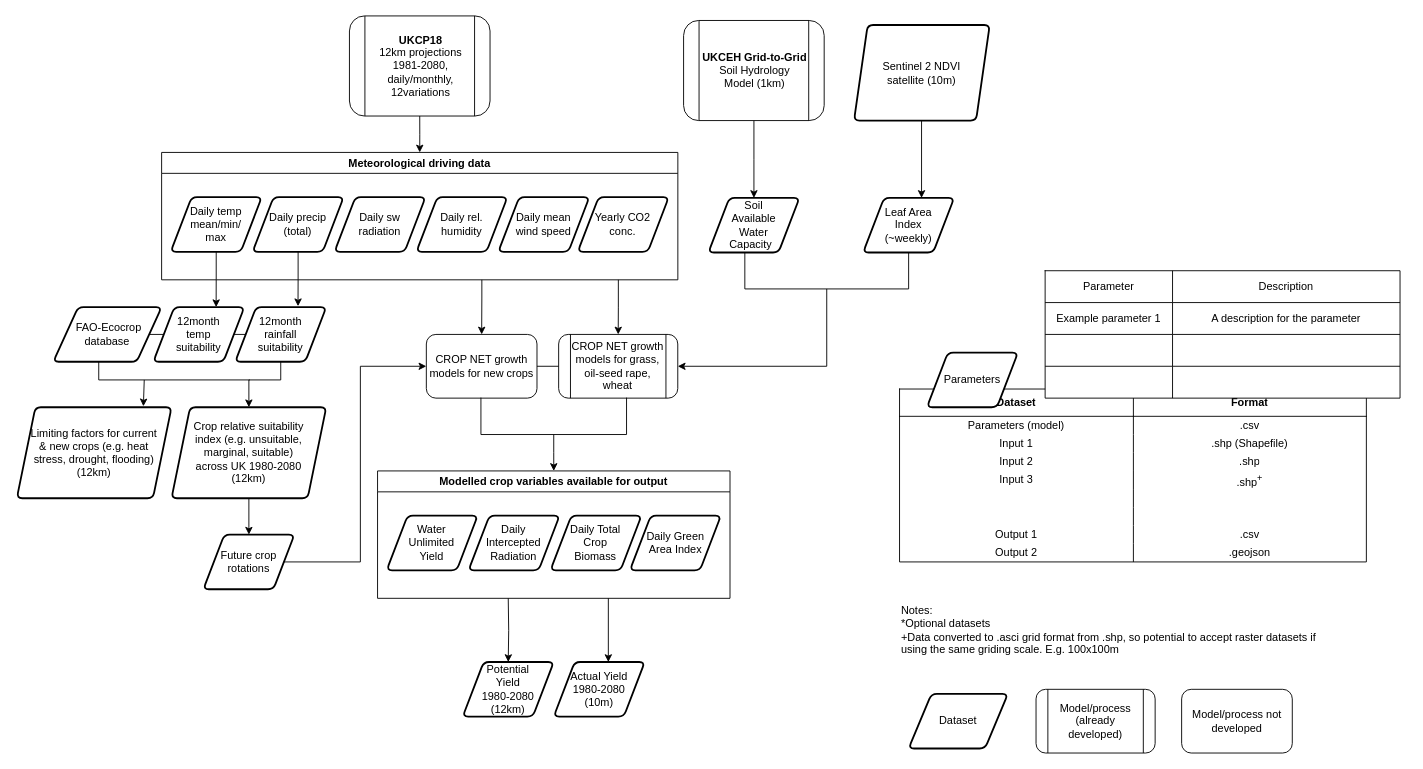
The draw.io diagram cropnet/cropnet.drawio in OpenCLIM/workflow-diagrams, before the edit. Source tidied: cells renumbered, new cells numbered last; positions are measured from the earlier drawing's top-left corner, leaving out a move shared by most shapes. Both pictures are drawn from the tidied source at 91%, with x=0, y=0 at pixel (16, 15).
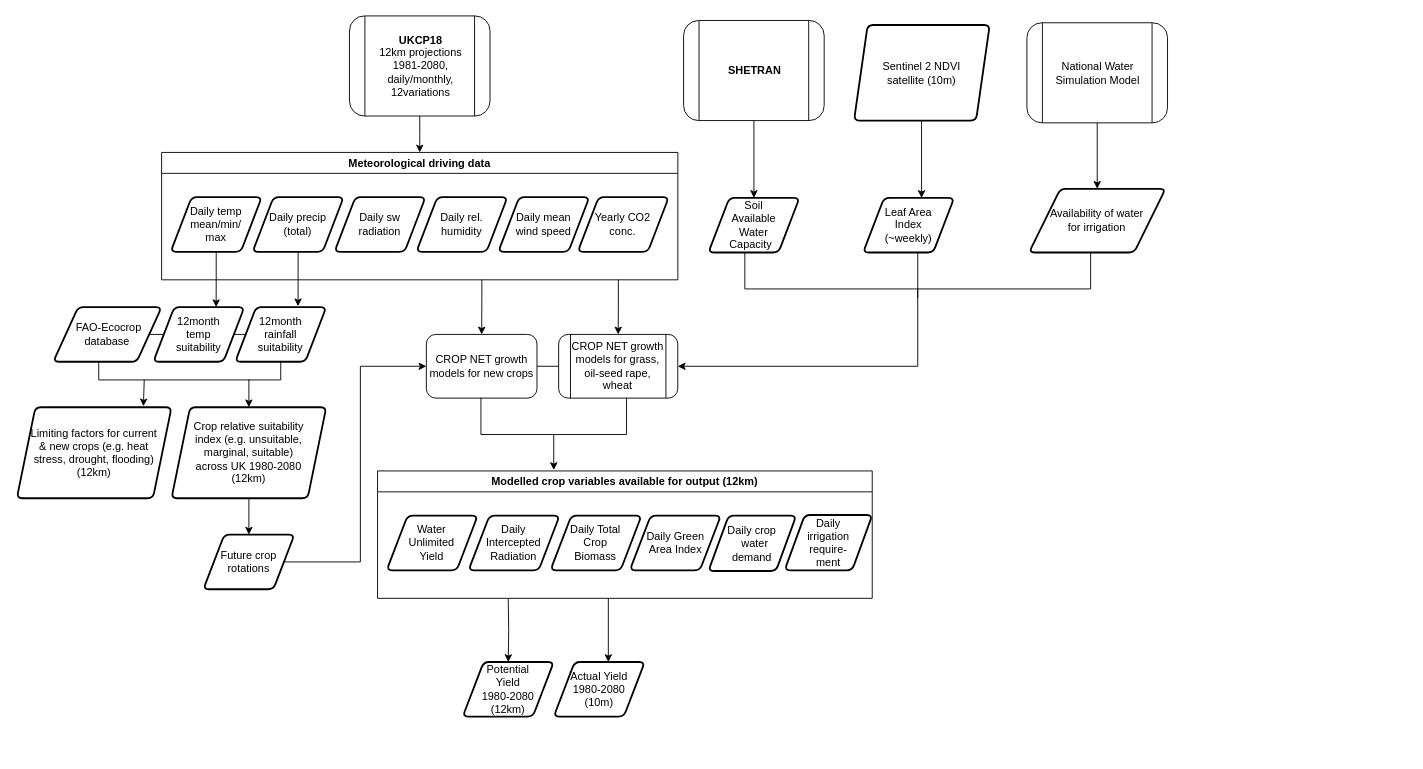
Above is the later version.

Unchanged cells that the change refers to:
```xml
<mxCell id="78" style="shape=partialRectangle;whiteSpace=wrap;html=1;bottom=1;right=1;left=1;top=0;fillColor=none;routingCenterX=-0.5;" parent="1" vertex="1">
  <mxGeometry x="510" y="420" width="160" height="40" as="geometry" />
</mxCell>
```

What changed in the source:
```diff
@@
-    <mxCell id="10" style="shape=table;html=1;whiteSpace=wrap;startSize=0;childLayout=tableLayout;spacingTop=0;rowLines=0;" parent="1" vertex="1">
-      <mxGeometry x="970" y="410" width="513" height="190" as="geometry" />
-    </mxCell>
-    <mxCell id="11" style="shape=partialRectangle;html=1;whiteSpace=wrap;fillColor=none;top=0;left=0;bottom=0;right=0;perimeterSpacing=2;strokeWidth=5;" parent="10" vertex="1">
-      <mxGeometry width="513" height="30" as="geometry" />
-    </mxCell>
-    <mxCell id="12" value="&lt;b&gt;Dataset&lt;/b&gt;" style="shape=partialRectangle;html=1;whiteSpace=wrap;fillColor=none;top=0;left=0;bottom=1;right=0;overflow=hidden;" parent="11" vertex="1">
-      <mxGeometry width="257" height="30" as="geometry" />
-    </mxCell>
-    <mxCell id="13" value="&lt;b&gt;Format&lt;/b&gt;" style="shape=partialRectangle;html=1;whiteSpace=wrap;fillColor=none;top=0;left=0;bottom=1;right=0;overflow=hidden;sketch=0;" parent="11" vertex="1">
-      <mxGeometry x="257" width="256" height="30" as="geometry" />
-    </mxCell>
-    <mxCell id="14" style="shape=partialRectangle;html=1;whiteSpace=wrap;fillColor=none;top=0;left=0;bottom=0;right=0;strokeColor=none;" parent="10" vertex="1">
-      <mxGeometry y="30" width="513" height="20" as="geometry" />
-    </mxCell>
-    <mxCell id="15" value="Parameters (model)" style="shape=partialRectangle;html=1;whiteSpace=wrap;fillColor=none;top=0;left=0;bottom=0;right=0;overflow=hidden;strokeColor=none;" parent="14" vertex="1">
-      <mxGeometry width="257" height="20" as="geometry" />
-    </mxCell>
-    <mxCell id="16" value=".csv" style="shape=partialRectangle;html=1;whiteSpace=wrap;fillColor=none;top=0;left=0;bottom=0;right=0;overflow=hidden;strokeColor=none;" parent="14" vertex="1">
-      <mxGeometry x="257" width="256" height="20" as="geometry" />
-    </mxCell>
-    <mxCell id="17" style="shape=partialRectangle;html=1;whiteSpace=wrap;fillColor=none;top=0;left=0;bottom=0;right=0;strokeColor=none;" parent="10" vertex="1">
-      <mxGeometry y="50" width="513" height="20" as="geometry" />
-    </mxCell>
-    <mxCell id="18" value="Input 1" style="shape=partialRectangle;html=1;whiteSpace=wrap;fillColor=none;top=0;left=0;bottom=0;right=0;overflow=hidden;strokeColor=none;" parent="17" vertex="1">
-      <mxGeometry width="257" height="20" as="geometry" />
-    </mxCell>
-    <mxCell id="19" value=".shp (Shapefile)" style="shape=partialRectangle;html=1;whiteSpace=wrap;fillColor=none;top=0;left=0;bottom=0;right=0;overflow=hidden;strokeColor=none;" parent="17" vertex="1">
-      <mxGeometry x="257" width="256" height="20" as="geometry" />
-    </mxCell>
-    <mxCell id="20" style="shape=partialRectangle;html=1;whiteSpace=wrap;fillColor=none;top=0;left=0;bottom=0;right=0;strokeColor=none;" parent="10" vertex="1">
-      <mxGeometry y="70" width="513" height="20" as="geometry" />
-    </mxCell>
-    <mxCell id="21" value="Input 2" style="shape=partialRectangle;html=1;whiteSpace=wrap;fillColor=none;top=0;left=0;bottom=0;right=0;overflow=hidden;strokeColor=none;" parent="20" vertex="1">
-      <mxGeometry width="257" height="20" as="geometry" />
-    </mxCell>
-    <mxCell id="22" value=".shp" style="shape=partialRectangle;html=1;whiteSpace=wrap;fillColor=none;top=0;left=0;bottom=0;right=0;overflow=hidden;strokeColor=none;" parent="20" vertex="1">
-      <mxGeometry x="257" width="256" height="20" as="geometry" />
-    </mxCell>
-    <mxCell id="23" style="shape=partialRectangle;html=1;whiteSpace=wrap;fillColor=none;top=0;left=0;bottom=0;right=0;strokeColor=none;" parent="10" vertex="1">
-      <mxGeometry y="90" width="513" height="20" as="geometry" />
-    </mxCell>
-    <mxCell id="24" value="Input 3" style="shape=partialRectangle;html=1;whiteSpace=wrap;fillColor=none;top=0;left=0;bottom=0;right=0;overflow=hidden;strokeColor=none;" parent="23" vertex="1">
-      <mxGeometry width="257" height="20" as="geometry" />
-    </mxCell>
-    <mxCell id="25" value=".shp&lt;sup&gt;+&lt;/sup&gt;" style="shape=partialRectangle;html=1;whiteSpace=wrap;fillColor=none;top=0;left=0;bottom=0;right=0;overflow=hidden;strokeColor=none;" parent="23" vertex="1">
-      <mxGeometry x="257" width="256" height="20" as="geometry" />
-    </mxCell>
-    <mxCell id="26" style="shape=partialRectangle;html=1;whiteSpace=wrap;fillColor=none;top=0;left=0;bottom=0;right=0;strokeColor=none;" parent="10" vertex="1">
-      <mxGeometry y="110" width="513" height="20" as="geometry" />
-    </mxCell>
-    <mxCell id="27" style="shape=partialRectangle;html=1;whiteSpace=wrap;fillColor=none;top=0;left=0;bottom=0;right=0;overflow=hidden;strokeColor=none;" parent="26" vertex="1">
-      <mxGeometry width="257" height="20" as="geometry" />
-    </mxCell>
-    <mxCell id="28" style="shape=partialRectangle;html=1;whiteSpace=wrap;fillColor=none;top=0;left=0;bottom=0;right=0;overflow=hidden;strokeColor=none;" parent="26" vertex="1">
-      <mxGeometry x="257" width="256" height="20" as="geometry" />
-    </mxCell>
-    <mxCell id="29" style="shape=partialRectangle;html=1;whiteSpace=wrap;fillColor=none;top=0;left=0;bottom=0;right=0;strokeColor=none;" parent="10" vertex="1">
-      <mxGeometry y="130" width="513" height="20" as="geometry" />
-    </mxCell>
-    <mxCell id="30" style="shape=partialRectangle;html=1;whiteSpace=wrap;fillColor=none;top=0;left=0;bottom=0;right=0;overflow=hidden;strokeColor=none;" parent="29" vertex="1">
-      <mxGeometry width="257" height="20" as="geometry" />
-    </mxCell>
-    <mxCell id="31" style="shape=partialRectangle;html=1;whiteSpace=wrap;fillColor=none;top=0;left=0;bottom=0;right=0;overflow=hidden;strokeColor=none;" parent="29" vertex="1">
-      <mxGeometry x="257" width="256" height="20" as="geometry" />
-    </mxCell>
-    <mxCell id="32" style="shape=partialRectangle;html=1;whiteSpace=wrap;fillColor=none;top=0;left=0;bottom=0;right=0;strokeColor=none;" parent="10" vertex="1">
-      <mxGeometry y="150" width="513" height="20" as="geometry" />
-    </mxCell>
-    <mxCell id="33" value="Output 1" style="shape=partialRectangle;html=1;whiteSpace=wrap;fillColor=none;top=0;left=0;bottom=0;right=0;overflow=hidden;strokeColor=none;" parent="32" vertex="1">
-      <mxGeometry width="257" height="20" as="geometry" />
-    </mxCell>
-    <mxCell id="34" value=".csv" style="shape=partialRectangle;html=1;whiteSpace=wrap;fillColor=none;top=0;left=0;bottom=0;right=0;overflow=hidden;strokeColor=none;" parent="32" vertex="1">
-      <mxGeometry x="257" width="256" height="20" as="geometry" />
-    </mxCell>
-    <mxCell id="35" style="shape=partialRectangle;html=1;whiteSpace=wrap;fillColor=none;top=0;left=0;bottom=0;right=0;strokeColor=none;" parent="10" vertex="1">
-      <mxGeometry y="170" width="513" height="20" as="geometry" />
-    </mxCell>
-    <mxCell id="36" value="Output 2" style="shape=partialRectangle;html=1;whiteSpace=wrap;fillColor=none;top=0;left=0;bottom=0;right=0;overflow=hidden;strokeColor=none;" parent="35" vertex="1">
-      <mxGeometry width="257" height="20" as="geometry" />
-    </mxCell>
-    <mxCell id="37" value=".geojson" style="shape=partialRectangle;html=1;whiteSpace=wrap;fillColor=none;top=0;left=0;bottom=0;right=0;overflow=hidden;strokeColor=none;" parent="35" vertex="1">
-      <mxGeometry x="257" width="256" height="20" as="geometry" />
-    </mxCell>
-    <mxCell id="38" value="Notes:&lt;br&gt;*Optional datasets&lt;br&gt;+Data converted to .asci grid format from .shp, so potential to accept raster datasets if using the same griding scale. E.g. 100x100m" style="text;html=1;strokeColor=none;fillColor=none;align=left;verticalAlign=top;whiteSpace=wrap;rounded=0;" parent="1" vertex="1">
-      <mxGeometry x="970" y="640" width="460" height="100" as="geometry" />
-    </mxCell>
-    <mxCell id="39" value="Parameters" style="shape=parallelogram;html=1;strokeWidth=2;perimeter=parallelogramPerimeter;whiteSpace=wrap;rounded=1;arcSize=12;size=0.23;" parent="1" vertex="1">
-      <mxGeometry x="1000.1" y="370" width="100" height="60" as="geometry" />
-    </mxCell>
-    <mxCell id="40" style="shape=table;html=1;whiteSpace=wrap;startSize=0;childLayout=tableLayout;" parent="1" vertex="1">
-      <mxGeometry x="1130" y="280" width="390" height="140" as="geometry" />
-    </mxCell>
-    <mxCell id="41" style="shape=partialRectangle;html=1;whiteSpace=wrap;fillColor=none;top=0;left=0;bottom=0;right=0;" parent="40" vertex="1">
-      <mxGeometry width="390" height="35" as="geometry" />
-    </mxCell>
-    <mxCell id="42" value="Parameter" style="shape=partialRectangle;html=1;whiteSpace=wrap;overflow=hidden;fillColor=none;top=0;left=0;bottom=0;right=0;" parent="41" vertex="1">
-      <mxGeometry width="140" height="35" as="geometry" />
-    </mxCell>
-    <mxCell id="43" value="Description" style="shape=partialRectangle;html=1;whiteSpace=wrap;overflow=hidden;fillColor=none;top=0;left=0;bottom=0;right=0;" parent="41" vertex="1">
-      <mxGeometry x="140" width="250" height="35" as="geometry" />
-    </mxCell>
-    <mxCell id="44" style="shape=partialRectangle;html=1;whiteSpace=wrap;fillColor=none;top=0;left=0;bottom=0;right=0;points=[[0,0.5],[1,0.5]];portConstraint=eastwest;" parent="40" vertex="1">
-      <mxGeometry y="35" width="390" height="35" as="geometry" />
-    </mxCell>
-    <mxCell id="45" value="Example parameter 1" style="shape=partialRectangle;html=1;whiteSpace=wrap;overflow=hidden;fillColor=none;top=0;left=0;bottom=0;right=0;" parent="44" vertex="1">
-      <mxGeometry width="140" height="35" as="geometry" />
-    </mxCell>
-    <mxCell id="46" value="A description for the parameter" style="shape=partialRectangle;html=1;whiteSpace=wrap;overflow=hidden;fillColor=none;top=0;left=0;bottom=0;right=0;" parent="44" vertex="1">
-      <mxGeometry x="140" width="250" height="35" as="geometry" />
-    </mxCell>
-    <mxCell id="47" style="shape=partialRectangle;html=1;whiteSpace=wrap;fillColor=none;top=0;left=0;bottom=0;right=0;" parent="40" vertex="1">
-      <mxGeometry y="70" width="390" height="35" as="geometry" />
-    </mxCell>
-    <mxCell id="48" style="shape=partialRectangle;html=1;whiteSpace=wrap;overflow=hidden;fillColor=none;top=0;left=0;bottom=0;right=0;" parent="47" vertex="1">
-      <mxGeometry width="140" height="35" as="geometry" />
-    </mxCell>
-    <mxCell id="49" style="shape=partialRectangle;html=1;whiteSpace=wrap;overflow=hidden;fillColor=none;top=0;left=0;bottom=0;right=0;" parent="47" vertex="1">
-      <mxGeometry x="140" width="250" height="35" as="geometry" />
-    </mxCell>
-    <mxCell id="50" style="shape=partialRectangle;html=1;whiteSpace=wrap;fillColor=none;top=0;left=0;bottom=0;right=0;" parent="40" vertex="1">
-      <mxGeometry y="105" width="390" height="35" as="geometry" />
-    </mxCell>
-    <mxCell id="51" style="shape=partialRectangle;html=1;whiteSpace=wrap;overflow=hidden;fillColor=none;top=0;left=0;bottom=0;right=0;" parent="50" vertex="1">
-      <mxGeometry width="140" height="35" as="geometry" />
-    </mxCell>
-    <mxCell id="52" style="shape=partialRectangle;html=1;whiteSpace=wrap;overflow=hidden;fillColor=none;top=0;left=0;bottom=0;right=0;" parent="50" vertex="1">
-      <mxGeometry x="140" width="250" height="35" as="geometry" />
-    </mxCell>
-    <mxCell id="53" style="edgeStyle=orthogonalEdgeStyle;rounded=0;orthogonalLoop=1;jettySize=auto;html=1;exitX=1;exitY=0.5;exitDx=0;exitDy=0;" parent="40" edge="1" source="44" target="44">
-      <mxGeometry relative="1" as="geometry" />
-    </mxCell>
@@
-    <mxCell id="55" value="Dataset" style="shape=parallelogram;html=1;strokeWidth=2;perimeter=parallelogramPerimeter;whiteSpace=wrap;rounded=1;arcSize=12;size=0.23;" parent="1" vertex="1">
-      <mxGeometry x="980" y="745" width="109.1" height="60" as="geometry" />
-    </mxCell>
-    <mxCell id="56" value="Model/process (already developed)" style="shape=process;whiteSpace=wrap;html=1;backgroundOutline=1;shadow=0;fontFamily=Helvetica;fontSize=12;fontColor=#000000;align=center;strokeColor=#000000;strokeWidth=1;fillColor=#ffffff;rounded=1;" parent="1" vertex="1">
-      <mxGeometry x="1120" y="740" width="130.9" height="70" as="geometry" />
-    </mxCell>
-    <mxCell id="57" value="Model/process not developed" style="rounded=1;whiteSpace=wrap;html=1;fontSize=12;glass=0;strokeWidth=1;shadow=0;" parent="1" vertex="1">
-      <mxGeometry x="1280" y="740" width="121.6" height="70" as="geometry" />
-    </mxCell>
@@
-    <mxCell id="77" style="edgeStyle=orthogonalEdgeStyle;rounded=0;jettySize=auto;html=1;exitX=0.5;exitY=1;exitDx=0;exitDy=0;entryX=0.5;entryY=0;entryDx=0;entryDy=0;" parent="1" edge="1" source="78" target="80">
-      <mxGeometry relative="1" as="geometry" />
-    </mxCell>
+    <mxCell id="97" style="edgeStyle=orthogonalEdgeStyle;rounded=0;jettySize=auto;html=1;exitX=0.5;exitY=1;exitDx=0;exitDy=0;" parent="1" edge="1" source="78">
+      <mxGeometry relative="1" as="geometry">
+        <mxPoint x="590" y="499" as="targetPoint" />
+      </mxGeometry>
+    </mxCell>
@@
-    <mxCell id="80" value="Modelled crop variables available for output" style="swimlane;" parent="1" vertex="1">
-      <mxGeometry x="396.4" y="500" width="387.3" height="140" as="geometry" />
+    <mxCell id="80" value="Modelled crop variables available for output (12km)" style="swimlane;" parent="1" vertex="1">
+      <mxGeometry x="396.4" y="500" width="543.6" height="140" as="geometry" />
     </mxCell>
@@
-    <mxCell id="84" value="&lt;div&gt;Daily Green&lt;/div&gt;&lt;div&gt;Area Index&lt;br&gt;&lt;/div&gt;" style="shape=parallelogram;html=1;strokeWidth=2;perimeter=parallelogramPerimeter;whiteSpace=wrap;rounded=1;arcSize=12;size=0.23;" parent="80" vertex="1">
-      <mxGeometry x="277.3" y="49.2" width="100" height="60" as="geometry" />
+    <mxCell id="84" value="&lt;div&gt;Daily crop &lt;br&gt;&lt;/div&gt;&lt;div&gt;&amp;nbsp; water &lt;br&gt;&lt;/div&gt;demand" style="shape=parallelogram;html=1;strokeWidth=2;perimeter=parallelogramPerimeter;whiteSpace=wrap;rounded=1;arcSize=12;size=0.23;" parent="80" vertex="1">
+      <mxGeometry x="363.6" y="49.2" width="96.4" height="60.8" as="geometry" />
     </mxCell>
+    <mxCell id="98" value="&lt;div&gt;Daily &lt;br&gt;&lt;/div&gt;&lt;div&gt;irrigation&lt;/div&gt;&lt;div&gt;require-&lt;/div&gt;&lt;div&gt;ment&lt;/div&gt;" style="shape=parallelogram;html=1;strokeWidth=2;perimeter=parallelogramPerimeter;whiteSpace=wrap;rounded=1;arcSize=12;size=0.23;" parent="80" vertex="1">
+      <mxGeometry x="447.3" y="48.4" width="96.4" height="60.8" as="geometry" />
+    </mxCell>
@@
-    <mxCell id="89" value="&lt;div&gt;&lt;b&gt;UKCEH Grid-to-Grid&lt;/b&gt;&lt;/div&gt;&lt;div&gt;Soil Hydrology &lt;br&gt;&lt;/div&gt;&lt;div&gt;Model (1km)&lt;br&gt;&lt;/div&gt;" style="shape=process;whiteSpace=wrap;html=1;backgroundOutline=1;shadow=0;fontFamily=Helvetica;fontSize=12;fontColor=#000000;align=center;strokeColor=#000000;strokeWidth=1;fillColor=#ffffff;rounded=1;" parent="1" vertex="1">
+    <mxCell id="89" value="&lt;div&gt;&lt;b&gt;SHETRAN&lt;br&gt;&lt;/b&gt;&lt;/div&gt;" style="shape=process;whiteSpace=wrap;html=1;backgroundOutline=1;shadow=0;fontFamily=Helvetica;fontSize=12;fontColor=#000000;align=center;strokeColor=#000000;strokeWidth=1;fillColor=#ffffff;rounded=1;" parent="1" vertex="1">
       <mxGeometry x="732.7" y="5" width="154.5" height="110" as="geometry" />
     </mxCell>
@@
     <mxCell id="95" style="shape=partialRectangle;whiteSpace=wrap;html=1;bottom=1;right=1;left=1;top=0;fillColor=none;routingCenterX=-0.5;" parent="1" vertex="1">
-      <mxGeometry x="800" y="260" width="180" height="40" as="geometry" />
+      <mxGeometry x="800" y="260" width="380" height="40" as="geometry" />
     </mxCell>
@@
+    <mxCell id="99" value="&lt;div&gt;Daily Green&lt;/div&gt;&lt;div&gt;Area Index&lt;br&gt;&lt;/div&gt;" style="shape=parallelogram;html=1;strokeWidth=2;perimeter=parallelogramPerimeter;whiteSpace=wrap;rounded=1;arcSize=12;size=0.23;" parent="1" vertex="1">
+      <mxGeometry x="673.6" y="549.2" width="100" height="60" as="geometry" />
+    </mxCell>
+    <mxCell id="100" style="edgeStyle=orthogonalEdgeStyle;rounded=0;jettySize=auto;html=1;exitX=0.5;exitY=1;exitDx=0;exitDy=0;" parent="1" edge="1" source="101" target="102">
+      <mxGeometry relative="1" as="geometry" />
+    </mxCell>
+    <mxCell id="101" value="National Water Simulation Model" style="shape=process;whiteSpace=wrap;html=1;backgroundOutline=1;shadow=0;fontFamily=Helvetica;fontSize=12;fontColor=#000000;align=center;strokeColor=#000000;strokeWidth=1;fillColor=#ffffff;rounded=1;" parent="1" vertex="1">
+      <mxGeometry x="1110" y="7.5" width="154.5" height="110" as="geometry" />
+    </mxCell>
+    <mxCell id="102" value="&lt;div&gt;Availability of water &lt;br&gt;&lt;/div&gt;&lt;div&gt;for irrigation&lt;/div&gt;" style="shape=parallelogram;html=1;strokeWidth=2;perimeter=parallelogramPerimeter;whiteSpace=wrap;rounded=1;arcSize=12;size=0.23;" parent="1" vertex="1">
+      <mxGeometry x="1112.3" y="190" width="150" height="70" as="geometry" />
+    </mxCell>
+    <mxCell id="103" style="endArrow=none;html=1;" parent="1" edge="1">
+      <mxGeometry relative="1" as="geometry">
+        <mxPoint x="990" y="310" as="sourcePoint" />
+        <mxPoint x="990" y="260" as="targetPoint" />
+      </mxGeometry>
+    </mxCell>
```
